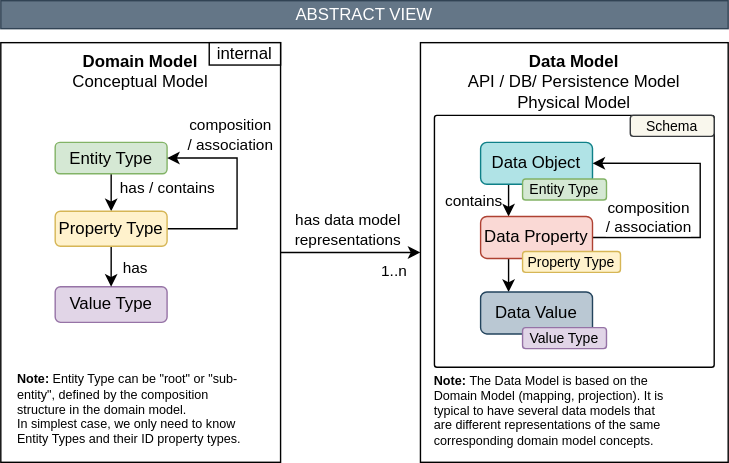
SAP/csn-interop-specification keeps this draw.io diagram as static/img/er-abstract-concepts.drawio.svg. Above is the earlier version. Source tidied: cells renumbered, new cells last; positions are measured from the earlier drawing's top-left corner, leaving out a move shared by most shapes.
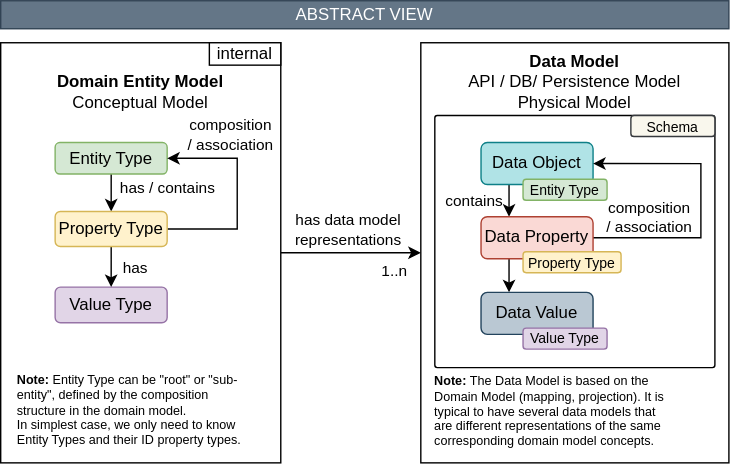
After the change.

Commit message:
Update abstract concepts diagram (#222)

What changed in the source:
```diff
@@ -16,7 +16,7 @@
         <mxPoint x="15" y="-16" as="offset" />
       </mxGeometry>
     </mxCell>
-    <mxCell id="6" value="&lt;b&gt;Domain Model&lt;br&gt;&lt;/b&gt;Conceptual Model" style="rounded=0;whiteSpace=wrap;html=1;verticalAlign=top;" parent="1" vertex="1">
+    <mxCell id="6" value="&lt;b&gt;&lt;br&gt;Domain Entity Model&lt;br&gt;&lt;/b&gt;Conceptual Model" style="rounded=0;whiteSpace=wrap;html=1;verticalAlign=top;" parent="1" vertex="1">
       <mxGeometry y="30" width="200" height="300" as="geometry" />
     </mxCell>
     <mxCell id="7" style="edgeStyle=orthogonalEdgeStyle;rounded=0;jettySize=auto;html=1;" parent="1" edge="1" source="9" target="15">
```
